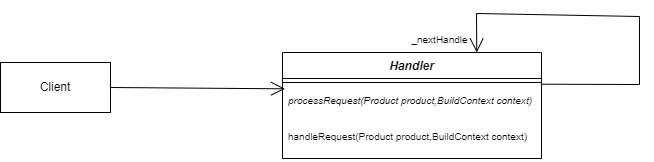
This is diagram.drawio.png from xiangxiang3451/OOAP_03, a draw.io export, as it was before one commit. Source tidied: cells renumbered, new cells last; positions are measured from the earlier drawing's top-left corner, leaving out a move shared by most shapes.
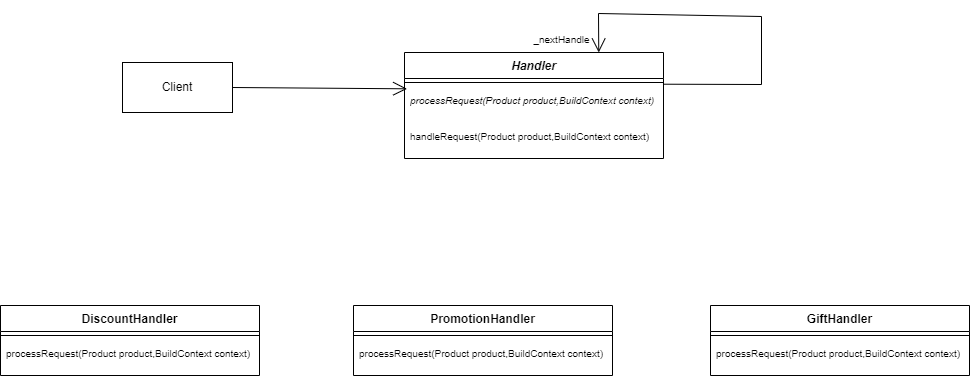
After the change.

The edit, as a diff of the source:
```diff
@@ -33,5 +33,32 @@
     <mxCell id="9" value="&lt;font style=&quot;font-size: 10px;&quot;&gt;_nextHandle&lt;/font&gt;" style="text;html=1;align=center;verticalAlign=middle;strokeColor=none;fillColor=none;fontSize=16;" parent="1" vertex="1">
       <mxGeometry x="402" y="8" width="74" height="31" as="geometry" />
     </mxCell>
+    <mxCell id="10" value="DiscountHandler" style="swimlane;fontStyle=1;align=center;verticalAlign=top;horizontal=1;startSize=26;whiteSpace=wrap;html=1;" parent="1" vertex="1">
+      <mxGeometry x="-122" y="292" width="259" height="70" as="geometry" />
+    </mxCell>
+    <mxCell id="11" style="line;strokeWidth=1;fillColor=none;align=left;verticalAlign=middle;spacingTop=-1;spacingLeft=3;spacingRight=3;labelPosition=right;strokeColor=inherit;" parent="10" vertex="1">
+      <mxGeometry y="26" width="259" height="8" as="geometry" />
+    </mxCell>
+    <mxCell id="12" value="&lt;font style=&quot;font-size: 10px;&quot;&gt;processRequest(Product product,BuildContext context)&lt;/font&gt;" style="text;strokeColor=none;fillColor=none;align=left;verticalAlign=top;spacingLeft=4;spacingRight=4;overflow=hidden;whiteSpace=wrap;html=1;" parent="10" vertex="1">
+      <mxGeometry y="34" width="259" height="36" as="geometry" />
+    </mxCell>
+    <mxCell id="13" value="PromotionHandler" style="swimlane;fontStyle=1;align=center;verticalAlign=top;horizontal=1;startSize=26;whiteSpace=wrap;html=1;" parent="1" vertex="1">
+      <mxGeometry x="231" y="292" width="259" height="70" as="geometry" />
+    </mxCell>
+    <mxCell id="14" style="line;strokeWidth=1;fillColor=none;align=left;verticalAlign=middle;spacingTop=-1;spacingLeft=3;spacingRight=3;labelPosition=right;strokeColor=inherit;" parent="13" vertex="1">
+      <mxGeometry y="26" width="259" height="8" as="geometry" />
+    </mxCell>
+    <mxCell id="15" value="&lt;font style=&quot;font-size: 10px;&quot;&gt;processRequest(Product product,BuildContext context)&lt;/font&gt;" style="text;strokeColor=none;fillColor=none;align=left;verticalAlign=top;spacingLeft=4;spacingRight=4;overflow=hidden;whiteSpace=wrap;html=1;" parent="13" vertex="1">
+      <mxGeometry y="34" width="259" height="36" as="geometry" />
+    </mxCell>
+    <mxCell id="16" value="GiftHandler" style="swimlane;fontStyle=1;align=center;verticalAlign=top;horizontal=1;startSize=26;whiteSpace=wrap;html=1;" parent="1" vertex="1">
+      <mxGeometry x="588" y="292" width="259" height="70" as="geometry" />
+    </mxCell>
+    <mxCell id="17" style="line;strokeWidth=1;fillColor=none;align=left;verticalAlign=middle;spacingTop=-1;spacingLeft=3;spacingRight=3;labelPosition=right;strokeColor=inherit;" parent="16" vertex="1">
+      <mxGeometry y="26" width="259" height="8" as="geometry" />
+    </mxCell>
+    <mxCell id="18" value="&lt;font style=&quot;font-size: 10px;&quot;&gt;processRequest(Product product,BuildContext context)&lt;/font&gt;" style="text;strokeColor=none;fillColor=none;align=left;verticalAlign=top;spacingLeft=4;spacingRight=4;overflow=hidden;whiteSpace=wrap;html=1;" parent="16" vertex="1">
+      <mxGeometry y="34" width="259" height="36" as="geometry" />
+    </mxCell>
   </root>
 </mxGraphModel>
```
